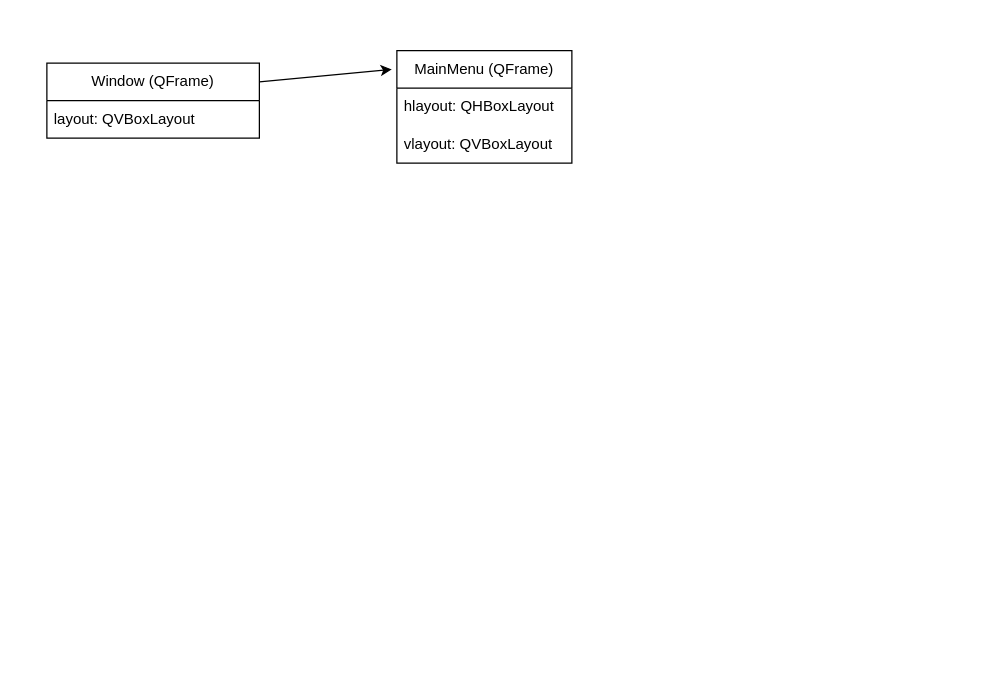
Before: class_diagramm.drawio in Vincent-von-Schmidt/mini_chess, a draw.io diagram. Source tidied: cells renumbered, new cells numbered last; positions are measured from the earlier drawing's top-left corner, leaving out a move shared by most shapes. Both pictures are drawn from the tidied source at 125%, with x=0, y=0 at pixel (46, 50).
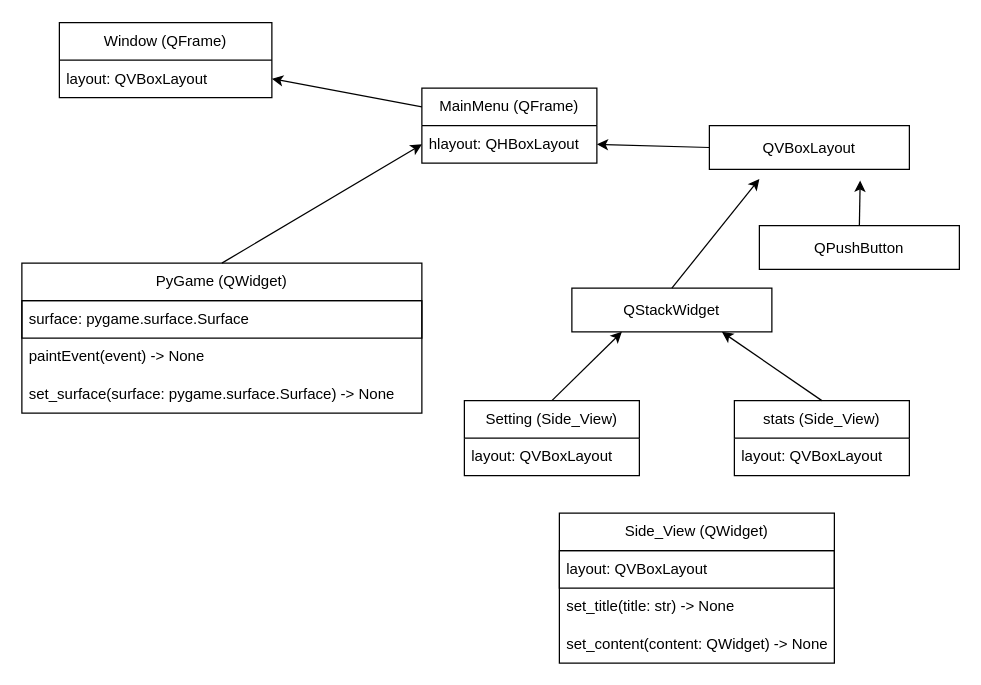
The same page after the edit.

Commit message:
update class diagramm

The change refers to these unchanged cells:
```xml
<mxCell id="3" value="layout: QVBoxLayout" style="text;strokeColor=none;fillColor=none;align=left;verticalAlign=middle;spacingLeft=4;spacingRight=4;overflow=hidden;points=[[0,0.5],[1,0.5]];portConstraint=eastwest;whiteSpace=wrap;html=1;" parent="2" vertex="1">
  <mxGeometry y="30" width="170" height="30" as="geometry" />
</mxCell>
<mxCell id="5" value="hlayout: QHBoxLayout" style="text;strokeColor=none;fillColor=none;align=left;verticalAlign=middle;spacingLeft=4;spacingRight=4;overflow=hidden;points=[[0,0.5],[1,0.5]];portConstraint=eastwest;whiteSpace=wrap;html=1;" parent="4" vertex="1">
  <mxGeometry y="30" width="140" height="30" as="geometry" />
</mxCell>
```

The edit, as a diff of the source:
```diff
@@
     <mxCell id="2" value="Window (QFrame)" style="swimlane;fontStyle=0;horizontal=1;startSize=30;whiteSpace=wrap;html=1;" parent="1" vertex="1">
-      <mxGeometry y="10" width="170" height="60" as="geometry" />
+      <mxGeometry x="10" y="-22.5" width="170" height="60" as="geometry" />
     </mxCell>
@@
     <mxCell id="4" value="MainMenu (QFrame)" style="swimlane;fontStyle=0;horizontal=1;startSize=30;whiteSpace=wrap;html=1;" parent="1" vertex="1">
-      <mxGeometry x="280" width="140" height="90" as="geometry" />
+      <mxGeometry x="300" y="30" width="140" height="60" as="geometry" />
     </mxCell>
@@
-    <mxCell id="6" value="vlayout: QVBoxLayout" style="text;strokeColor=none;fillColor=none;align=left;verticalAlign=middle;spacingLeft=4;spacingRight=4;overflow=hidden;whiteSpace=wrap;html=1;" parent="4" vertex="1">
-      <mxGeometry y="60" width="140" height="30" as="geometry" />
-    </mxCell>
-    <mxCell id="7" style="endArrow=classic;html=1;rounded=0;exitX=1;exitY=0.25;exitDx=0;exitDy=0;entryX=-0.029;entryY=0.167;entryDx=0;entryDy=0;entryPerimeter=0;" parent="1" edge="1" source="2" target="4">
+    <mxCell id="7" style="endArrow=classic;html=1;rounded=0;entryX=1;entryY=0.5;entryDx=0;entryDy=0;exitX=0;exitY=0.25;exitDx=0;exitDy=0;" parent="1" edge="1" source="4" target="3">
       <mxGeometry relative="1" as="geometry" />
     </mxCell>
+    <mxCell id="8" value="PyGame (QWidget)" style="swimlane;fontStyle=0;horizontal=1;startSize=30;whiteSpace=wrap;html=1;" parent="1" vertex="1">
+      <mxGeometry x="-20" y="170" width="320" height="120" as="geometry" />
+    </mxCell>
+    <mxCell id="9" value="surface: pygame.surface.Surface" style="text;strokeColor=default;fillColor=none;align=left;verticalAlign=middle;spacingLeft=4;spacingRight=4;overflow=hidden;whiteSpace=wrap;html=1;" parent="8" vertex="1">
+      <mxGeometry y="30" width="320" height="30" as="geometry" />
+    </mxCell>
+    <mxCell id="10" value="paintEvent(event) -&amp;gt; None" style="text;strokeColor=none;fillColor=none;align=left;verticalAlign=middle;spacingLeft=4;spacingRight=4;overflow=hidden;whiteSpace=wrap;html=1;" parent="8" vertex="1">
+      <mxGeometry y="60" width="320" height="30" as="geometry" />
+    </mxCell>
+    <mxCell id="11" value="set_surface(surface: pygame.surface.Surface) -&amp;gt; None" style="text;strokeColor=none;fillColor=none;align=left;verticalAlign=middle;spacingLeft=4;spacingRight=4;overflow=hidden;whiteSpace=wrap;html=1;" parent="8" vertex="1">
+      <mxGeometry y="90" width="320" height="30" as="geometry" />
+    </mxCell>
+    <mxCell id="12" style="endArrow=classic;html=1;rounded=0;exitX=0.5;exitY=0;exitDx=0;exitDy=0;entryX=0;entryY=0.5;entryDx=0;entryDy=0;" parent="1" edge="1" source="8" target="5">
+      <mxGeometry relative="1" as="geometry" />
+    </mxCell>
+    <mxCell id="13" value="QPushButton" style="rounded=0;whiteSpace=wrap;html=1;" parent="1" vertex="1">
+      <mxGeometry x="570" y="140" width="160" height="35" as="geometry" />
+    </mxCell>
+    <mxCell id="14" style="endArrow=classic;html=1;rounded=0;exitX=0.5;exitY=0;exitDx=0;exitDy=0;entryX=0.754;entryY=1.257;entryDx=0;entryDy=0;entryPerimeter=0;" parent="1" edge="1" source="13" target="15">
+      <mxGeometry relative="1" as="geometry" />
+    </mxCell>
+    <mxCell id="15" value="QVBoxLayout" style="rounded=0;whiteSpace=wrap;html=1;" parent="1" vertex="1">
+      <mxGeometry x="530" y="60" width="160" height="35" as="geometry" />
+    </mxCell>
+    <mxCell id="16" style="endArrow=classic;html=1;rounded=0;entryX=1;entryY=0.5;entryDx=0;entryDy=0;exitX=0;exitY=0.5;exitDx=0;exitDy=0;" parent="1" edge="1" source="15" target="5">
+      <mxGeometry relative="1" as="geometry" />
+    </mxCell>
+    <mxCell id="17" value="QStackWidget" style="rounded=0;whiteSpace=wrap;html=1;" parent="1" vertex="1">
+      <mxGeometry x="420" y="190" width="160" height="35" as="geometry" />
+    </mxCell>
+    <mxCell id="18" style="endArrow=classic;html=1;rounded=0;exitX=0.5;exitY=0;exitDx=0;exitDy=0;entryX=0.25;entryY=1.219;entryDx=0;entryDy=0;entryPerimeter=0;" parent="1" edge="1" source="17" target="15">
+      <mxGeometry relative="1" as="geometry" />
+    </mxCell>
+    <mxCell id="19" value="Setting (Side_View)" style="swimlane;fontStyle=0;horizontal=1;startSize=30;whiteSpace=wrap;html=1;" parent="1" vertex="1">
+      <mxGeometry x="334" y="280" width="140" height="60" as="geometry" />
+    </mxCell>
+    <mxCell id="20" value="layout: QVBoxLayout" style="text;strokeColor=none;fillColor=none;align=left;verticalAlign=middle;spacingLeft=4;spacingRight=4;overflow=hidden;whiteSpace=wrap;html=1;" parent="19" vertex="1">
+      <mxGeometry y="30" width="140" height="30" as="geometry" />
+    </mxCell>
+    <mxCell id="21" style="endArrow=classic;html=1;rounded=0;exitX=0.5;exitY=0;exitDx=0;exitDy=0;entryX=0.25;entryY=1;entryDx=0;entryDy=0;" parent="1" edge="1" source="19" target="17">
+      <mxGeometry relative="1" as="geometry" />
+    </mxCell>
+    <mxCell id="22" value="stats (Side_View)" style="swimlane;fontStyle=0;horizontal=1;startSize=30;whiteSpace=wrap;html=1;" parent="1" vertex="1">
+      <mxGeometry x="550" y="280" width="140" height="60" as="geometry" />
+    </mxCell>
+    <mxCell id="23" value="layout: QVBoxLayout" style="text;strokeColor=none;fillColor=none;align=left;verticalAlign=middle;spacingLeft=4;spacingRight=4;overflow=hidden;whiteSpace=wrap;html=1;" parent="22" vertex="1">
+      <mxGeometry y="30" width="140" height="30" as="geometry" />
+    </mxCell>
+    <mxCell id="24" style="endArrow=classic;html=1;rounded=0;exitX=0.5;exitY=0;exitDx=0;exitDy=0;entryX=0.75;entryY=1;entryDx=0;entryDy=0;" parent="1" edge="1" source="22" target="17">
+      <mxGeometry relative="1" as="geometry" />
+    </mxCell>
+    <mxCell id="25" value="Side_View (QWidget)" style="swimlane;fontStyle=0;horizontal=1;startSize=30;whiteSpace=wrap;html=1;" parent="1" vertex="1">
+      <mxGeometry x="410" y="370" width="220" height="120" as="geometry" />
+    </mxCell>
+    <mxCell id="26" value="layout: QVBoxLayout" style="text;strokeColor=default;fillColor=none;align=left;verticalAlign=middle;spacingLeft=4;spacingRight=4;overflow=hidden;whiteSpace=wrap;html=1;" parent="25" vertex="1">
+      <mxGeometry y="30" width="220" height="30" as="geometry" />
+    </mxCell>
+    <mxCell id="27" value="set_title(title: str) -&amp;gt; None" style="text;strokeColor=none;fillColor=none;align=left;verticalAlign=middle;spacingLeft=4;spacingRight=4;overflow=hidden;whiteSpace=wrap;html=1;" parent="25" vertex="1">
+      <mxGeometry y="60" width="220" height="30" as="geometry" />
+    </mxCell>
+    <mxCell id="28" value="set_content(content: QWidget) -&amp;gt; None" style="text;strokeColor=none;fillColor=none;align=left;verticalAlign=middle;spacingLeft=4;spacingRight=4;overflow=hidden;whiteSpace=wrap;html=1;strokeWidth=0;" parent="25" vertex="1">
+      <mxGeometry y="90" width="220" height="30" as="geometry" />
+    </mxCell>
```
